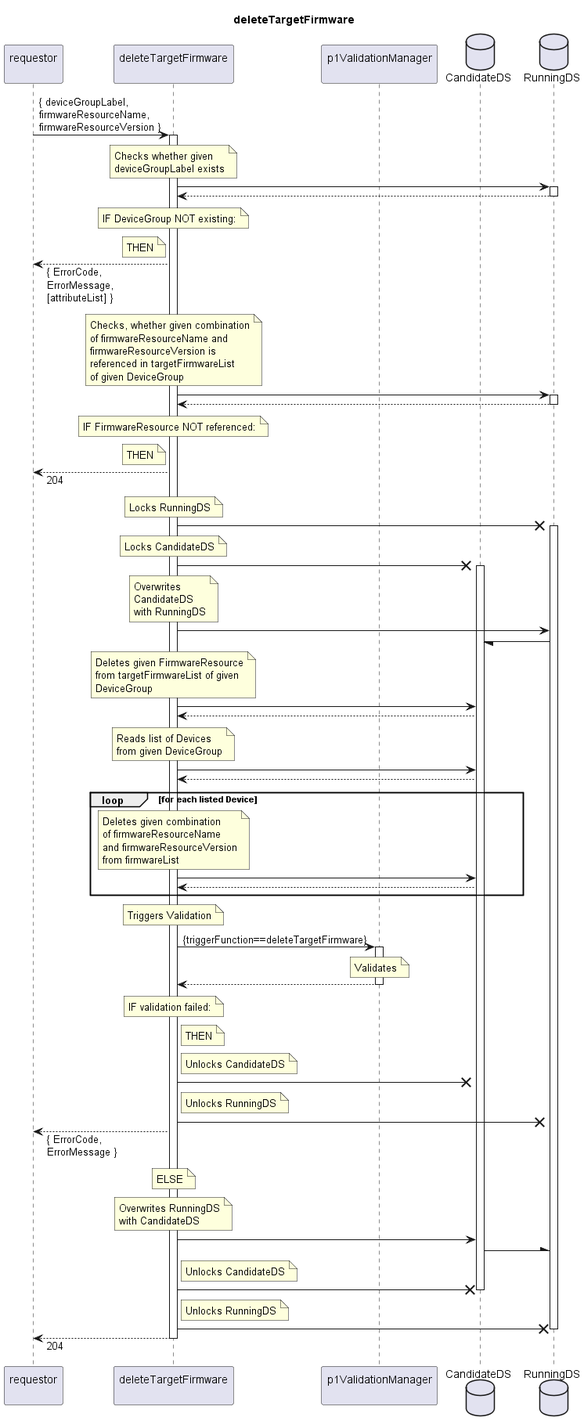
openBackhaul/FirmWareManager keeps this PlantUML diagram as spec/Services/deleteTargetFirmware/1.0.0/deleteTargetFirmware.png. Above is the earlier version.
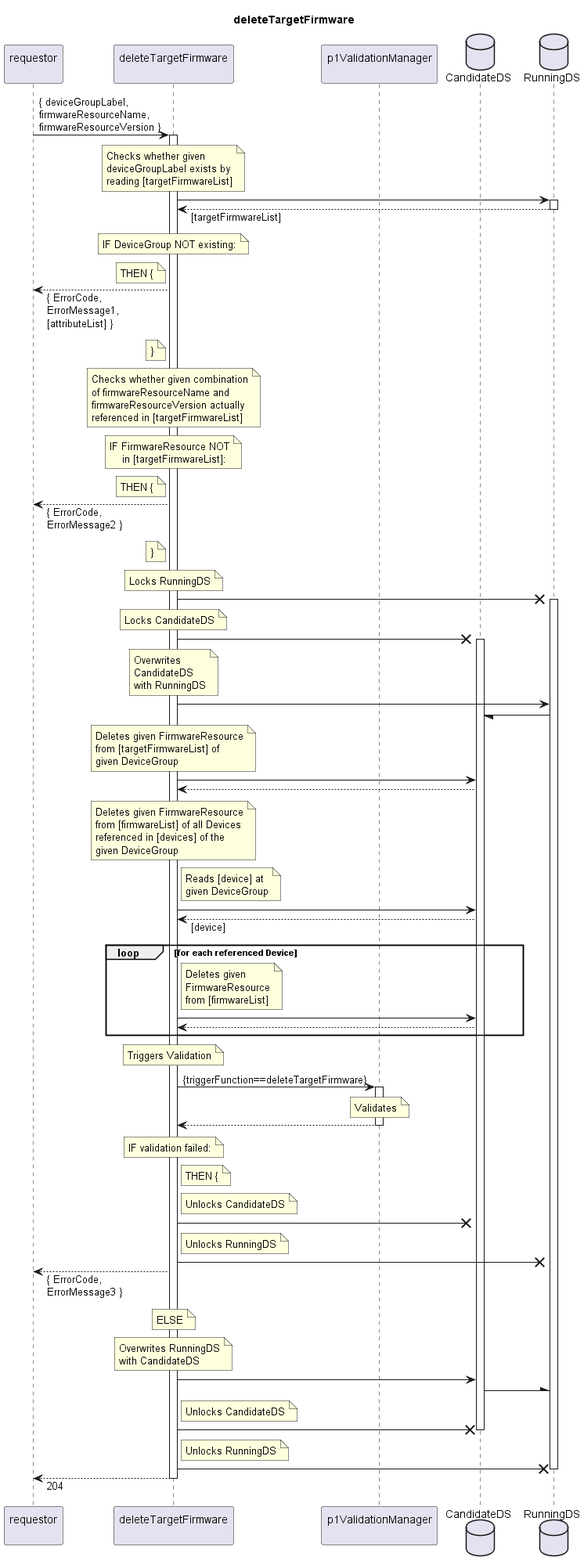
Later version of the same file.

Diff of the diagram source:
```diff
@@ -16,38 +16,41 @@
 
   note over indServ
     Checks whether given
-    deviceGroupLabel exists
+    deviceGroupLabel exists by
+    reading [targetFirmwareList]
   end note
   indServ -> RunDS
   activate RunDS
-  indServ <-- RunDS
+  indServ <-- RunDS: [targetFirmwareList]
   deactivate RunDS
   note over indServ
     IF DeviceGroup NOT existing:
   end note
   note left indServ
-    THEN
+    THEN {
   end note
-  requestor <-- indServ: { ErrorCode,\nErrorMessage,\n[attributeList] }
+  requestor <-- indServ: { ErrorCode,\nErrorMessage1,\n[attributeList] }
+  note left indServ
+    }
+  end note
 
   note over indServ
-    Checks, whether given combination
+    Checks whether given combination
     of firmwareResourceName and
-    firmwareResourceVersion is
-    referenced in targetFirmwareList
-    of given DeviceGroup
+    firmwareResourceVersion actually
+    referenced in [targetFirmwareList]
   end note
-  indServ -> RunDS
-  activate RunDS
-  indServ <-- RunDS
-  deactivate RunDS
   note over indServ
-    IF FirmwareResource NOT referenced:
+    IF FirmwareResource NOT
+        in [targetFirmwareList]:
   end note
   note left indServ
-    THEN
+    THEN {
   end note
-  requestor <-- indServ: 204
+  requestor <-- indServ: { ErrorCode,\nErrorMessage2 }
+  note left indServ
+    }
+  end note
 
   note over indServ
     Locks RunningDS
@@ -69,25 +72,29 @@
 
   note over indServ
     Deletes given FirmwareResource
-    from targetFirmwareList of given
-    DeviceGroup
+    from [targetFirmwareList] of
+    given DeviceGroup
   end note
   indServ -> CanDS
   indServ <-- CanDS
 
   note over indServ
-    Reads list of Devices
-    from given DeviceGroup
+    Deletes given FirmwareResource
+    from [firmwareList] of all Devices
+    referenced in [devices] of the
+    given DeviceGroup
+  end note
+  note right indServ
+    Reads [device] at
+    given DeviceGroup
   end note
   indServ -> CanDS
-  indServ <-- CanDS
-
-  loop for each listed Device
-    note over indServ
-      Deletes given combination
-      of firmwareResourceName
-      and firmwareResourceVersion
-      from firmwareList
+  indServ <-- CanDS: [device]
+  loop for each referenced Device
+    note right indServ
+      Deletes given
+      FirmwareResource
+      from [firmwareList]
     end note
     indServ -> CanDS
     indServ <-- CanDS
@@ -107,7 +114,7 @@
     IF validation failed:
   end note
   note right indServ
-    THEN
+    THEN {
   end note
   note right indServ
     Unlocks CandidateDS
@@ -117,7 +124,7 @@
     Unlocks RunningDS
   end note
   indServ -X RunDS
-  requestor <-- indServ: { ErrorCode,\nErrorMessage }
+  requestor <-- indServ: { ErrorCode,\nErrorMessage3 }
   note over indServ
     ELSE
   end note
```
